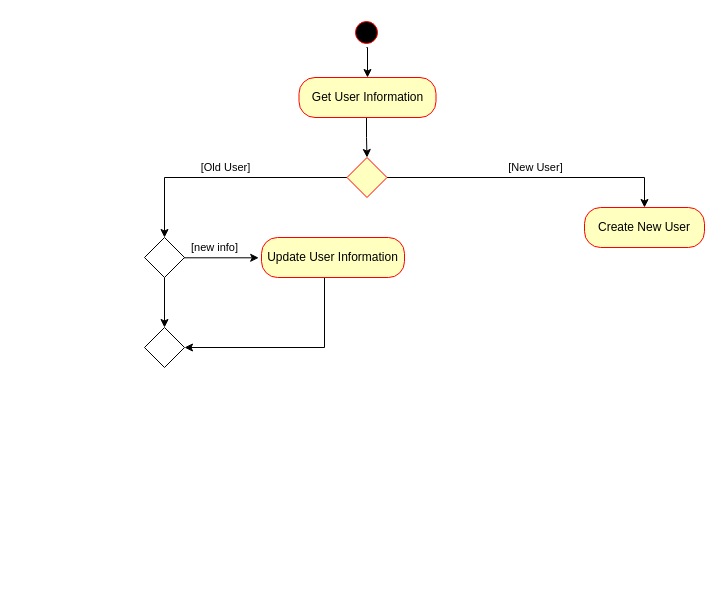
The draw.io diagram General Analyze and Design/See and Edit Profile Activity Diagram.drawio in amirabbas8/ScrumOfficer, before the edit. Source tidied: cells renumbered, new cells numbered last; positions are measured from the earlier drawing's top-left corner, leaving out a move shared by most shapes. Both pictures are drawn from the tidied source at 100%, with x=0, y=0 at pixel (144, 17).
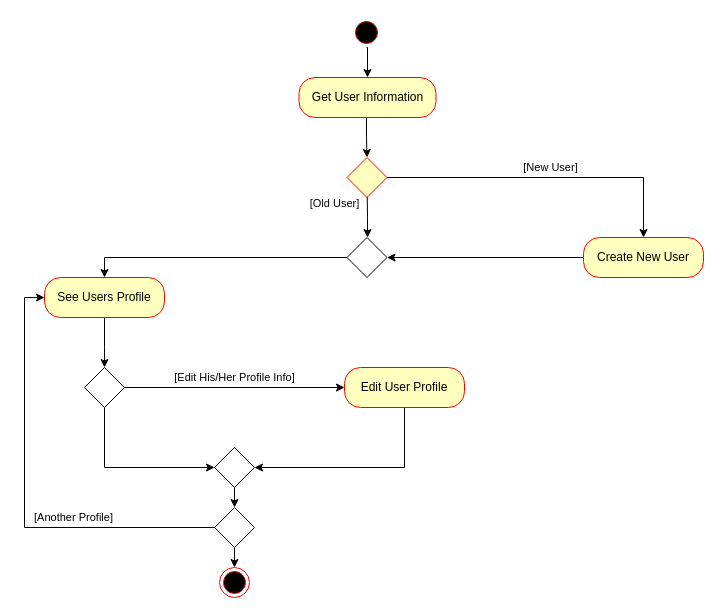
After the change.

The change refers to these unchanged cells:
```xml
<mxCell id="6" style="shape=rhombus;html=1;verticalLabelPosition=bottom;verticalAlignment=top;labelBackgroundColor=none;strokeColor=#FF0000;fillColor=#FFFFC0;" parent="1" vertex="1">
  <mxGeometry x="202.5" y="140" width="40" height="40" as="geometry" />
</mxCell>
```

Change to the diagram source:
```diff
@@
-    <mxCell id="4" value="[Old User]" style="edgeStyle=orthogonalEdgeStyle;rounded=0;jettySize=auto;html=1;exitX=0;exitY=0.5;exitDx=0;exitDy=0;entryX=0.5;entryY=0;entryDx=0;entryDy=0;" parent="1" edge="1" source="6" target="14">
-      <mxGeometry x="0.01" y="-10" relative="1" as="geometry" />
+    <mxCell id="4" value="[Old User]" style="edgeStyle=orthogonalEdgeStyle;rounded=0;jettySize=auto;html=1;exitX=0.5;exitY=1;exitDx=0;exitDy=0;" parent="1" edge="1" source="6" target="25">
+      <mxGeometry x="0.15" y="-33" relative="1" as="geometry">
+        <Array as="points">
+          <mxPoint x="223" y="160" />
+          <mxPoint x="223" y="200" />
+          <mxPoint x="230" y="200" />
+        </Array>
+      </mxGeometry>
     </mxCell>
@@
+    <mxCell id="16" style="edgeStyle=orthogonalEdgeStyle;rounded=0;jettySize=auto;html=1;entryX=1;entryY=0.5;entryDx=0;entryDy=0;" parent="1" edge="1" source="9" target="25">
+      <mxGeometry relative="1" as="geometry" />
+    </mxCell>
     <mxCell id="9" value="Create New User" style="rounded=1;whiteSpace=wrap;html=1;arcSize=40;fontColor=#000000;fillColor=#ffffc0;strokeColor=#ff0000;labelBackgroundColor=none;" parent="1" vertex="1">
-      <mxGeometry x="440" y="190" width="120" height="40" as="geometry" />
+      <mxGeometry x="439" y="220" width="120" height="40" as="geometry" />
     </mxCell>
-    <mxCell id="10" style="edgeStyle=orthogonalEdgeStyle;rounded=0;jettySize=auto;html=1;entryX=1;entryY=0.5;entryDx=0;entryDy=0;" parent="1" edge="1" source="11" target="15">
-      <mxGeometry relative="1" as="geometry">
-        <Array as="points">
-          <mxPoint x="180" y="330" />
-        </Array>
-      </mxGeometry>
-    </mxCell>
-    <mxCell id="11" value="Update User Information" style="rounded=1;whiteSpace=wrap;html=1;arcSize=40;fontColor=#000000;fillColor=#ffffc0;strokeColor=#ff0000;" parent="1" vertex="1">
-      <mxGeometry x="117" y="220" width="143" height="40" as="geometry" />
-    </mxCell>
-    <mxCell id="12" value="[new info]" style="edgeStyle=orthogonalEdgeStyle;rounded=0;orthogonalLoop=1;jettySize=auto;html=1;exitX=1;exitY=0.5;exitDx=0;exitDy=0;entryX=0;entryY=0.5;entryDx=0;entryDy=0;" parent="1" edge="1">
-      <mxGeometry x="-0.14" y="10" relative="1" as="geometry">
-        <mxPoint x="36.7" y="240.3" as="sourcePoint" />
-        <mxPoint x="114.2" y="240.3" as="targetPoint" />
-      </mxGeometry>
-    </mxCell>
-    <mxCell id="13" style="edgeStyle=orthogonalEdgeStyle;rounded=0;jettySize=auto;html=1;entryX=0.5;entryY=0;entryDx=0;entryDy=0;" parent="1" edge="1" source="14" target="15">
-      <mxGeometry relative="1" as="geometry" />
-    </mxCell>
-    <mxCell id="14" style="shape=rhombus;html=1;verticalLabelPosition=bottom;verticalAlignment=top;" parent="1" vertex="1">
-      <mxGeometry y="220" width="40" height="40" as="geometry" />
-    </mxCell>
-    <mxCell id="15" style="shape=rhombus;html=1;verticalLabelPosition=top;verticalAlignment=bottom;" parent="1" vertex="1">
-      <mxGeometry y="310" width="40" height="40" as="geometry" />
-    </mxCell>
+    <mxCell id="17" style="edgeStyle=orthogonalEdgeStyle;rounded=0;jettySize=auto;html=1;entryX=0.5;entryY=0;entryDx=0;entryDy=0;" parent="1" edge="1" source="18" target="21">
+      <mxGeometry relative="1" as="geometry">
+        <Array as="points">
+          <mxPoint x="-40" y="330" />
+          <mxPoint x="-40" y="330" />
+        </Array>
+      </mxGeometry>
+    </mxCell>
+    <mxCell id="18" value="See Users Profile" style="rounded=1;whiteSpace=wrap;html=1;arcSize=40;fontColor=#000000;fillColor=#ffffc0;strokeColor=#ff0000;" parent="1" vertex="1">
+      <mxGeometry x="-100" y="260" width="120" height="40" as="geometry" />
+    </mxCell>
+    <mxCell id="19" value="[Edit His/Her Profile Info]" style="edgeStyle=orthogonalEdgeStyle;rounded=0;jettySize=auto;html=1;exitX=1;exitY=0.5;exitDx=0;exitDy=0;" parent="1" edge="1" source="21" target="23">
+      <mxGeometry y="10" relative="1" as="geometry" />
+    </mxCell>
+    <mxCell id="20" style="edgeStyle=orthogonalEdgeStyle;rounded=0;jettySize=auto;html=1;entryX=0;entryY=0.5;entryDx=0;entryDy=0;" parent="1" edge="1" source="21" target="27">
+      <mxGeometry relative="1" as="geometry">
+        <Array as="points">
+          <mxPoint x="-40" y="450" />
+        </Array>
+      </mxGeometry>
+    </mxCell>
+    <mxCell id="21" style="shape=rhombus;html=1;verticalLabelPosition=bottom;verticalAlignment=top;" parent="1" vertex="1">
+      <mxGeometry x="-60" y="350" width="40" height="40" as="geometry" />
+    </mxCell>
+    <mxCell id="22" style="edgeStyle=orthogonalEdgeStyle;rounded=0;jettySize=auto;html=1;entryX=1;entryY=0.5;entryDx=0;entryDy=0;" parent="1" edge="1" source="23" target="27">
+      <mxGeometry relative="1" as="geometry">
+        <Array as="points">
+          <mxPoint x="260" y="450" />
+        </Array>
+      </mxGeometry>
+    </mxCell>
+    <mxCell id="23" value="Edit User Profile" style="rounded=1;whiteSpace=wrap;html=1;arcSize=40;fontColor=#000000;fillColor=#ffffc0;strokeColor=#ff0000;" parent="1" vertex="1">
+      <mxGeometry x="200" y="350" width="120" height="40" as="geometry" />
+    </mxCell>
+    <mxCell id="24" style="edgeStyle=orthogonalEdgeStyle;rounded=0;jettySize=auto;html=1;exitX=0;exitY=0.5;exitDx=0;exitDy=0;entryX=0.5;entryY=0;entryDx=0;entryDy=0;" parent="1" edge="1" source="25" target="18">
+      <mxGeometry relative="1" as="geometry" />
+    </mxCell>
+    <mxCell id="25" style="shape=rhombus;html=1;verticalLabelPosition=top;verticalAlignment=bottom;" parent="1" vertex="1">
+      <mxGeometry x="202.5" y="220" width="40" height="40" as="geometry" />
+    </mxCell>
+    <mxCell id="26" style="edgeStyle=orthogonalEdgeStyle;rounded=0;jettySize=auto;html=1;exitX=0.5;exitY=1;exitDx=0;exitDy=0;entryX=0.5;entryY=0;entryDx=0;entryDy=0;" parent="1" edge="1" source="27" target="30">
+      <mxGeometry relative="1" as="geometry" />
+    </mxCell>
+    <mxCell id="27" style="shape=rhombus;html=1;verticalLabelPosition=top;verticalAlignment=bottom;" parent="1" vertex="1">
+      <mxGeometry x="70" y="430" width="40" height="40" as="geometry" />
+    </mxCell>
+    <mxCell id="28" style="edgeStyle=orthogonalEdgeStyle;rounded=0;jettySize=auto;html=1;exitX=0.5;exitY=1;exitDx=0;exitDy=0;entryX=0.5;entryY=0;entryDx=0;entryDy=0;" parent="1" edge="1" source="30" target="31">
+      <mxGeometry relative="1" as="geometry" />
+    </mxCell>
+    <mxCell id="29" value="[Another Profile]" style="edgeStyle=orthogonalEdgeStyle;rounded=0;jettySize=auto;html=1;exitX=0;exitY=0.5;exitDx=0;exitDy=0;entryX=0;entryY=0.5;entryDx=0;entryDy=0;" parent="1" edge="1" source="30" target="18">
+      <mxGeometry x="-0.36" y="-10" relative="1" as="geometry" />
+    </mxCell>
+    <mxCell id="30" style="shape=rhombus;html=1;verticalLabelPosition=top;verticalAlignment=bottom;" parent="1" vertex="1">
+      <mxGeometry x="70" y="490" width="40" height="40" as="geometry" />
+    </mxCell>
+    <mxCell id="31" style="ellipse;html=1;shape=endState;fillColor=#000000;strokeColor=#ff0000;" parent="1" vertex="1">
+      <mxGeometry x="75" y="550" width="30" height="30" as="geometry" />
+    </mxCell>
```
